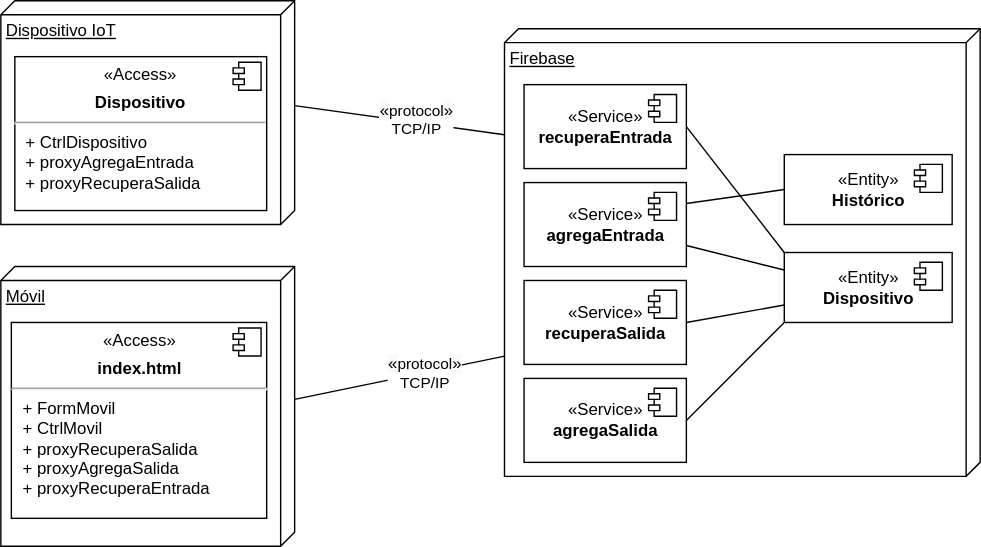
Earlier version of the draw.io export 6_iot/img/despliegue_iot.svg (gilpgdm/gilpgdm.github.io). Source tidied: cells renumbered, new cells last; positions are measured from the earlier drawing's top-left corner, leaving out a move shared by most shapes. The source it was exported from:
```xml
<mxGraphModel>
  <root>
    <mxCell id="0" />
    <mxCell id="1" parent="0" />
    <mxCell id="2" style="endArrow=none;html=1;entryX=0.237;entryY=1;entryDx=0;entryDy=0;entryPerimeter=0;exitX=0;exitY=0;exitDx=75;exitDy=0;exitPerimeter=0;" parent="1" edge="1" source="11" target="16">
      <mxGeometry relative="1" as="geometry" />
    </mxCell>
    <mxCell id="3" value="&lt;span style=&quot;font-size: 12px ; background-color: rgb(248 , 249 , 250)&quot;&gt;«&lt;/span&gt;protocol&lt;span style=&quot;font-size: 12px ; background-color: rgb(248 , 249 , 250)&quot;&gt;»&lt;/span&gt;&lt;br&gt;TCP/IP" style="edgeLabel;html=1;align=center;verticalAlign=middle;" parent="2" vertex="1">
      <mxGeometry x="0.15" y="3" relative="1" as="geometry" />
    </mxCell>
    <mxCell id="4" style="endArrow=none;html=1;exitX=0;exitY=0;exitDx=95;exitDy=0;exitPerimeter=0;entryX=0.731;entryY=0.997;entryDx=0;entryDy=0;entryPerimeter=0;" parent="1" edge="1" source="7" target="16">
      <mxGeometry relative="1" as="geometry" />
    </mxCell>
    <mxCell id="5" value="&lt;span style=&quot;font-size: 12px ; background-color: rgb(248 , 249 , 250)&quot;&gt;«&lt;/span&gt;protocol&lt;span style=&quot;font-size: 12px ; background-color: rgb(248 , 249 , 250)&quot;&gt;»&lt;/span&gt;&lt;br&gt;TCP/IP" style="edgeLabel;html=1;align=center;verticalAlign=middle;" parent="4" vertex="1">
      <mxGeometry x="0.37" y="-2" relative="1" as="geometry">
        <mxPoint x="-12" as="offset" />
      </mxGeometry>
    </mxCell>
    <mxCell id="6" style="group;" parent="1" vertex="1">
      <mxGeometry y="190" width="210" height="200" as="geometry" />
    </mxCell>
    <mxCell id="7" value="Móvil" style="verticalAlign=top;align=left;spacingTop=8;spacingLeft=2;spacingRight=12;shape=cube;size=10;direction=south;fontStyle=4;html=1;" parent="6" vertex="1">
      <mxGeometry width="210" height="200" as="geometry" />
    </mxCell>
    <mxCell id="8" value="&lt;p style=&quot;margin: 0px ; margin-top: 6px ; text-align: center&quot;&gt;«Access»&lt;b&gt;&lt;br&gt;&lt;/b&gt;&lt;/p&gt;&lt;p style=&quot;margin: 0px ; margin-top: 6px ; text-align: center&quot;&gt;&lt;b&gt;index.html&lt;/b&gt;&lt;/p&gt;&lt;hr&gt;&lt;p style=&quot;margin: 0px ; margin-left: 8px&quot;&gt;+ FormMovil&lt;/p&gt;&lt;p style=&quot;margin: 0px ; margin-left: 8px&quot;&gt;+ CtrlMovil&lt;/p&gt;&lt;p style=&quot;margin: 0px ; margin-left: 8px&quot;&gt;+ proxyRecuperaSalida&lt;/p&gt;&lt;p style=&quot;margin: 0px ; margin-left: 8px&quot;&gt;+ proxyAgregaSalida&lt;/p&gt;&lt;p style=&quot;margin: 0px ; margin-left: 8px&quot;&gt;+ proxyRecuperaEntrada&lt;/p&gt;" style="align=left;overflow=fill;html=1;" parent="6" vertex="1">
      <mxGeometry x="7.5" y="40" width="182.5" height="140" as="geometry" />
    </mxCell>
    <mxCell id="9" style="shape=component;jettyWidth=8;jettyHeight=4;" parent="8" vertex="1">
      <mxGeometry x="1" width="20" height="20" relative="1" as="geometry">
        <mxPoint x="-24" y="4" as="offset" />
      </mxGeometry>
    </mxCell>
    <mxCell id="10" style="group;" parent="1" vertex="1">
      <mxGeometry width="210" height="160" as="geometry" />
    </mxCell>
    <mxCell id="11" value="Dispositivo IoT" style="verticalAlign=top;align=left;spacingTop=8;spacingLeft=2;spacingRight=12;shape=cube;size=10;direction=south;fontStyle=4;html=1;" parent="10" vertex="1">
      <mxGeometry width="210" height="160" as="geometry" />
    </mxCell>
    <mxCell id="12" value="&lt;p style=&quot;margin: 6px 0px 0px ; text-align: center&quot;&gt;«Access»&lt;b&gt;&lt;br&gt;&lt;/b&gt;&lt;/p&gt;&lt;p style=&quot;margin: 0px ; margin-top: 6px ; text-align: center&quot;&gt;&lt;b&gt;Dispositivo&lt;/b&gt;&lt;/p&gt;&lt;hr&gt;&lt;p style=&quot;margin: 0px ; margin-left: 8px&quot;&gt;+ CtrlDispositivo&lt;br&gt;+ proxyAgregaEntrada&lt;/p&gt;&lt;p style=&quot;margin: 0px ; margin-left: 8px&quot;&gt;+ proxyRecuperaSalida&lt;/p&gt;" style="align=left;overflow=fill;html=1;" parent="10" vertex="1">
      <mxGeometry x="10" y="40" width="180" height="110" as="geometry" />
    </mxCell>
    <mxCell id="13" style="shape=component;jettyWidth=8;jettyHeight=4;" parent="12" vertex="1">
      <mxGeometry x="1" width="20" height="20" relative="1" as="geometry">
        <mxPoint x="-24" y="4" as="offset" />
      </mxGeometry>
    </mxCell>
    <mxCell id="14" style="edgeStyle=orthogonalEdgeStyle;rounded=0;orthogonalLoop=1;jettySize=auto;html=1;exitX=0.5;exitY=1;exitDx=0;exitDy=0;" parent="1" edge="1">
      <mxGeometry x="380" as="geometry">
        <mxPoint x="432" y="370" as="sourcePoint" />
        <mxPoint x="432" y="370" as="targetPoint" />
      </mxGeometry>
    </mxCell>
    <mxCell id="15" style="group;" parent="1" vertex="1">
      <mxGeometry x="360" y="20" width="340" height="320" as="geometry" />
    </mxCell>
    <mxCell id="16" value="Firebase" style="verticalAlign=top;align=left;spacingTop=8;spacingLeft=2;spacingRight=12;shape=cube;size=10;direction=south;fontStyle=4;html=1;" parent="15" vertex="1">
      <mxGeometry width="340" height="320" as="geometry" />
    </mxCell>
    <mxCell id="17" value="«Service»&lt;br&gt;&lt;b&gt;agregaEntrada&lt;/b&gt;" style="html=1;" parent="15" vertex="1">
      <mxGeometry x="14" y="110" width="116" height="60" as="geometry" />
    </mxCell>
    <mxCell id="18" style="shape=module;jettyWidth=8;jettyHeight=4;" parent="17" vertex="1">
      <mxGeometry x="1" width="20" height="20" relative="1" as="geometry">
        <mxPoint x="-27" y="7" as="offset" />
      </mxGeometry>
    </mxCell>
    <mxCell id="19" value="«Service»&lt;br&gt;&lt;b&gt;recuperaSalida&lt;/b&gt;" style="html=1;" parent="15" vertex="1">
      <mxGeometry x="14" y="180" width="116" height="60" as="geometry" />
    </mxCell>
    <mxCell id="20" style="shape=module;jettyWidth=8;jettyHeight=4;" parent="19" vertex="1">
      <mxGeometry x="1" width="20" height="20" relative="1" as="geometry">
        <mxPoint x="-27" y="7" as="offset" />
      </mxGeometry>
    </mxCell>
    <mxCell id="21" value="«Entity»&lt;br&gt;&lt;b&gt;Dispositivo&lt;/b&gt;" style="html=1;" parent="15" vertex="1">
      <mxGeometry x="200" y="160" width="120" height="50" as="geometry" />
    </mxCell>
    <mxCell id="22" style="shape=module;jettyWidth=8;jettyHeight=4;" parent="21" vertex="1">
      <mxGeometry x="1" width="20" height="20" relative="1" as="geometry">
        <mxPoint x="-27" y="7" as="offset" />
      </mxGeometry>
    </mxCell>
    <mxCell id="23" value="«Service»&lt;br&gt;&lt;b&gt;recuperaEntrada&lt;/b&gt;" style="html=1;" parent="15" vertex="1">
      <mxGeometry x="14" y="40" width="116" height="60" as="geometry" />
    </mxCell>
    <mxCell id="24" style="shape=module;jettyWidth=8;jettyHeight=4;" parent="23" vertex="1">
      <mxGeometry x="1" width="20" height="20" relative="1" as="geometry">
        <mxPoint x="-27" y="7" as="offset" />
      </mxGeometry>
    </mxCell>
    <mxCell id="25" value="«Service»&lt;br&gt;&lt;b&gt;agregaSalida&lt;/b&gt;" style="html=1;" parent="15" vertex="1">
      <mxGeometry x="14" y="250" width="116" height="60" as="geometry" />
    </mxCell>
    <mxCell id="26" style="shape=module;jettyWidth=8;jettyHeight=4;" parent="25" vertex="1">
      <mxGeometry x="1" width="20" height="20" relative="1" as="geometry">
        <mxPoint x="-27" y="7" as="offset" />
      </mxGeometry>
    </mxCell>
    <mxCell id="27" style="endArrow=none;html=1;entryX=0;entryY=0.75;entryDx=0;entryDy=0;" parent="15" edge="1" target="21">
      <mxGeometry relative="1" as="geometry">
        <mxPoint x="130" y="210" as="sourcePoint" />
      </mxGeometry>
    </mxCell>
    <mxCell id="28" style="endArrow=none;html=1;entryX=0;entryY=0.25;entryDx=0;entryDy=0;exitX=1;exitY=0.75;exitDx=0;exitDy=0;" parent="15" edge="1" source="17" target="21">
      <mxGeometry relative="1" as="geometry" />
    </mxCell>
    <mxCell id="29" style="endArrow=none;html=1;entryX=0;entryY=1;entryDx=0;entryDy=0;exitX=1;exitY=0.5;exitDx=0;exitDy=0;" parent="15" edge="1" source="25" target="21">
      <mxGeometry relative="1" as="geometry" />
    </mxCell>
    <mxCell id="30" style="endArrow=none;html=1;entryX=0;entryY=0;entryDx=0;entryDy=0;exitX=1;exitY=0.5;exitDx=0;exitDy=0;" parent="15" edge="1" source="23" target="21">
      <mxGeometry relative="1" as="geometry" />
    </mxCell>
    <mxCell id="31" value="«Entity»&lt;br&gt;&lt;b&gt;Histórico&lt;/b&gt;" style="html=1;" parent="15" vertex="1">
      <mxGeometry x="200" y="90" width="120" height="50" as="geometry" />
    </mxCell>
    <mxCell id="32" style="shape=module;jettyWidth=8;jettyHeight=4;" parent="31" vertex="1">
      <mxGeometry x="1" width="20" height="20" relative="1" as="geometry">
        <mxPoint x="-27" y="7" as="offset" />
      </mxGeometry>
    </mxCell>
    <mxCell id="33" style="endArrow=none;html=1;entryX=0;entryY=0.5;entryDx=0;entryDy=0;exitX=1;exitY=0.25;exitDx=0;exitDy=0;" parent="15" edge="1" source="17" target="31">
      <mxGeometry relative="1" as="geometry" />
    </mxCell>
  </root>
</mxGraphModel>
```
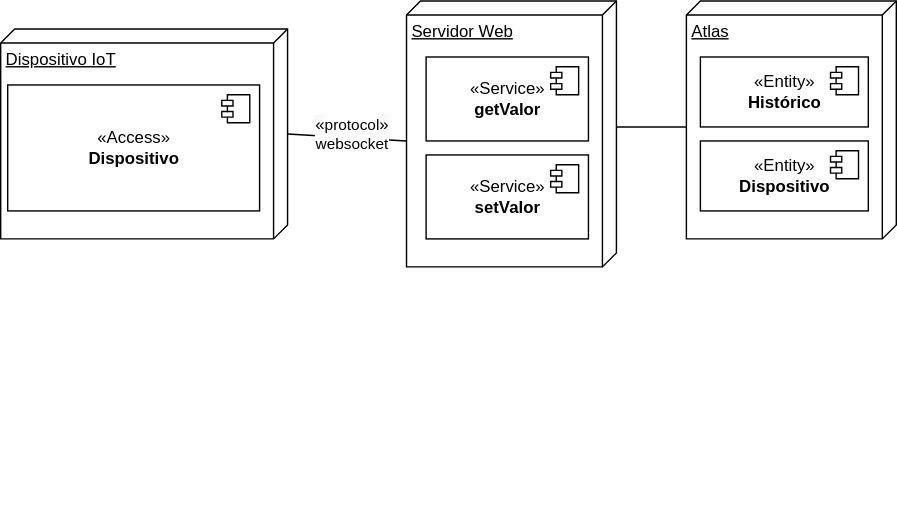
After the commit.

What changed in the source:
```diff
@@ -2,61 +2,66 @@
   <root>
     <mxCell id="0" />
     <mxCell id="1" parent="0" />
-    <mxCell id="2" style="endArrow=none;html=1;entryX=0.237;entryY=1;entryDx=0;entryDy=0;entryPerimeter=0;exitX=0;exitY=0;exitDx=75;exitDy=0;exitPerimeter=0;" parent="1" edge="1" source="11" target="16">
+    <mxCell id="2" style="endArrow=none;html=1;entryX=0;entryY=0;entryDx=100;entryDy=150;entryPerimeter=0;exitX=0;exitY=0;exitDx=75;exitDy=0;exitPerimeter=0;" parent="1" edge="1" source="11" target="16">
       <mxGeometry relative="1" as="geometry" />
     </mxCell>
-    <mxCell id="3" value="&lt;span style=&quot;font-size: 12px ; background-color: rgb(248 , 249 , 250)&quot;&gt;«&lt;/span&gt;protocol&lt;span style=&quot;font-size: 12px ; background-color: rgb(248 , 249 , 250)&quot;&gt;»&lt;/span&gt;&lt;br&gt;TCP/IP" style="edgeLabel;html=1;align=center;verticalAlign=middle;" parent="2" vertex="1">
-      <mxGeometry x="0.15" y="3" relative="1" as="geometry" />
+    <mxCell id="3" value="&lt;span style=&quot;font-size: 12px ; background-color: rgb(248 , 249 , 250)&quot;&gt;«&lt;/span&gt;protocol&lt;span style=&quot;font-size: 12px ; background-color: rgb(248 , 249 , 250)&quot;&gt;»&lt;/span&gt;&lt;br&gt;websocket" style="edgeLabel;html=1;align=center;verticalAlign=middle;" parent="2" vertex="1">
+      <mxGeometry x="0.15" y="3" relative="1" as="geometry">
+        <mxPoint x="-4" as="offset" />
+      </mxGeometry>
     </mxCell>
-    <mxCell id="4" style="endArrow=none;html=1;exitX=0;exitY=0;exitDx=95;exitDy=0;exitPerimeter=0;entryX=0.731;entryY=0.997;entryDx=0;entryDy=0;entryPerimeter=0;" parent="1" edge="1" source="7" target="16">
-      <mxGeometry relative="1" as="geometry" />
-    </mxCell>
-    <mxCell id="5" value="&lt;span style=&quot;font-size: 12px ; background-color: rgb(248 , 249 , 250)&quot;&gt;«&lt;/span&gt;protocol&lt;span style=&quot;font-size: 12px ; background-color: rgb(248 , 249 , 250)&quot;&gt;»&lt;/span&gt;&lt;br&gt;TCP/IP" style="edgeLabel;html=1;align=center;verticalAlign=middle;" parent="4" vertex="1">
-      <mxGeometry x="0.37" y="-2" relative="1" as="geometry">
-        <mxPoint x="-12" as="offset" />
-      </mxGeometry>
-    </mxCell>
-    <mxCell id="6" style="group;" parent="1" vertex="1">
-      <mxGeometry y="190" width="210" height="200" as="geometry" />
-    </mxCell>
-    <mxCell id="7" value="Móvil" style="verticalAlign=top;align=left;spacingTop=8;spacingLeft=2;spacingRight=12;shape=cube;size=10;direction=south;fontStyle=4;html=1;" parent="6" vertex="1">
-      <mxGeometry width="210" height="200" as="geometry" />
-    </mxCell>
-    <mxCell id="8" value="&lt;p style=&quot;margin: 0px ; margin-top: 6px ; text-align: center&quot;&gt;«Access»&lt;b&gt;&lt;br&gt;&lt;/b&gt;&lt;/p&gt;&lt;p style=&quot;margin: 0px ; margin-top: 6px ; text-align: center&quot;&gt;&lt;b&gt;index.html&lt;/b&gt;&lt;/p&gt;&lt;hr&gt;&lt;p style=&quot;margin: 0px ; margin-left: 8px&quot;&gt;+ FormMovil&lt;/p&gt;&lt;p style=&quot;margin: 0px ; margin-left: 8px&quot;&gt;+ CtrlMovil&lt;/p&gt;&lt;p style=&quot;margin: 0px ; margin-left: 8px&quot;&gt;+ proxyRecuperaSalida&lt;/p&gt;&lt;p style=&quot;margin: 0px ; margin-left: 8px&quot;&gt;+ proxyAgregaSalida&lt;/p&gt;&lt;p style=&quot;margin: 0px ; margin-left: 8px&quot;&gt;+ proxyRecuperaEntrada&lt;/p&gt;" style="align=left;overflow=fill;html=1;" parent="6" vertex="1">
-      <mxGeometry x="7.5" y="40" width="182.5" height="140" as="geometry" />
-    </mxCell>
-    <mxCell id="9" style="shape=component;jettyWidth=8;jettyHeight=4;" parent="8" vertex="1">
-      <mxGeometry x="1" width="20" height="20" relative="1" as="geometry">
-        <mxPoint x="-24" y="4" as="offset" />
-      </mxGeometry>
-    </mxCell>
-    <mxCell id="10" style="group;" parent="1" vertex="1">
-      <mxGeometry width="210" height="160" as="geometry" />
-    </mxCell>
+    <mxCell id="14" style="edgeStyle=orthogonalEdgeStyle;rounded=0;orthogonalLoop=1;jettySize=auto;html=1;exitX=0.5;exitY=1;exitDx=0;exitDy=0;" parent="1" edge="1">
+      <mxGeometry x="380" as="geometry">
+        <mxPoint x="432" y="370" as="sourcePoint" />
+        <mxPoint x="432" y="370" as="targetPoint" />
+      </mxGeometry>
+    </mxCell>
+    <mxCell id="34" style="group;" parent="1" vertex="1">
+      <mxGeometry x="-10" y="20" width="205" height="150" as="geometry" />
+    </mxCell>
-    <mxCell id="11" value="Dispositivo IoT" style="verticalAlign=top;align=left;spacingTop=8;spacingLeft=2;spacingRight=12;shape=cube;size=10;direction=south;fontStyle=4;html=1;" parent="10" vertex="1">
-      <mxGeometry width="210" height="160" as="geometry" />
+    <mxCell id="11" value="Dispositivo IoT" style="verticalAlign=top;align=left;spacingTop=8;spacingLeft=2;spacingRight=12;shape=cube;size=10;direction=south;fontStyle=4;html=1;" parent="34" vertex="1">
+      <mxGeometry width="205" height="150" as="geometry" />
     </mxCell>
-    <mxCell id="12" value="&lt;p style=&quot;margin: 6px 0px 0px ; text-align: center&quot;&gt;«Access»&lt;b&gt;&lt;br&gt;&lt;/b&gt;&lt;/p&gt;&lt;p style=&quot;margin: 0px ; margin-top: 6px ; text-align: center&quot;&gt;&lt;b&gt;Dispositivo&lt;/b&gt;&lt;/p&gt;&lt;hr&gt;&lt;p style=&quot;margin: 0px ; margin-left: 8px&quot;&gt;+ CtrlDispositivo&lt;br&gt;+ proxyAgregaEntrada&lt;/p&gt;&lt;p style=&quot;margin: 0px ; margin-left: 8px&quot;&gt;+ proxyRecuperaSalida&lt;/p&gt;" style="align=left;overflow=fill;html=1;" parent="10" vertex="1">
-      <mxGeometry x="10" y="40" width="180" height="110" as="geometry" />
-    </mxCell>
-    <mxCell id="13" style="shape=component;jettyWidth=8;jettyHeight=4;" parent="12" vertex="1">
-      <mxGeometry x="1" width="20" height="20" relative="1" as="geometry">
-        <mxPoint x="-24" y="4" as="offset" />
-      </mxGeometry>
-    </mxCell>
-    <mxCell id="14" style="edgeStyle=orthogonalEdgeStyle;rounded=0;orthogonalLoop=1;jettySize=auto;html=1;exitX=0.5;exitY=1;exitDx=0;exitDy=0;" parent="1" edge="1">
-      <mxGeometry x="380" as="geometry">
-        <mxPoint x="432" y="370" as="sourcePoint" />
-        <mxPoint x="432" y="370" as="targetPoint" />
-      </mxGeometry>
-    </mxCell>
-    <mxCell id="15" style="group;" parent="1" vertex="1">
-      <mxGeometry x="360" y="20" width="340" height="320" as="geometry" />
-    </mxCell>
+    <mxCell id="35" value="«Access»&lt;br&gt;&lt;b&gt;Dispositivo&lt;/b&gt;" style="html=1;" parent="34" vertex="1">
+      <mxGeometry x="5" y="40" width="180" height="90" as="geometry" />
+    </mxCell>
+    <mxCell id="36" style="shape=module;jettyWidth=8;jettyHeight=4;" parent="35" vertex="1">
+      <mxGeometry x="1" width="20" height="20" relative="1" as="geometry">
+        <mxPoint x="-27" y="7" as="offset" />
+      </mxGeometry>
+    </mxCell>
+    <mxCell id="37" style="group;" parent="1" vertex="1">
+      <mxGeometry x="480" width="150" height="170" as="geometry" />
+    </mxCell>
+    <mxCell id="38" value="Atlas" style="verticalAlign=top;align=left;spacingTop=8;spacingLeft=2;spacingRight=12;shape=cube;size=10;direction=south;fontStyle=4;html=1;" parent="37" vertex="1">
+      <mxGeometry width="150" height="170" as="geometry" />
+    </mxCell>
+    <mxCell id="21" value="«Entity»&lt;br&gt;&lt;b&gt;Dispositivo&lt;/b&gt;" style="html=1;" parent="37" vertex="1">
+      <mxGeometry x="10" y="100" width="120" height="50" as="geometry" />
+    </mxCell>
+    <mxCell id="22" style="shape=module;jettyWidth=8;jettyHeight=4;" parent="21" vertex="1">
+      <mxGeometry x="1" width="20" height="20" relative="1" as="geometry">
+        <mxPoint x="-27" y="7" as="offset" />
+      </mxGeometry>
+    </mxCell>
+    <mxCell id="31" value="«Entity»&lt;br&gt;&lt;b&gt;Histórico&lt;/b&gt;" style="html=1;" parent="37" vertex="1">
+      <mxGeometry x="10" y="40" width="120" height="50" as="geometry" />
+    </mxCell>
+    <mxCell id="32" style="shape=module;jettyWidth=8;jettyHeight=4;" parent="31" vertex="1">
+      <mxGeometry x="1" width="20" height="20" relative="1" as="geometry">
+        <mxPoint x="-27" y="7" as="offset" />
+      </mxGeometry>
+    </mxCell>
+    <mxCell id="39" style="endArrow=none;html=1;entryX=0;entryY=0;entryDx=90;entryDy=150;entryPerimeter=0;exitX=0;exitY=0;exitDx=90;exitDy=0;exitPerimeter=0;" parent="1" edge="1" source="16" target="38">
+      <mxGeometry relative="1" as="geometry" />
+    </mxCell>
+    <mxCell id="40" style="group;" parent="1" vertex="1">
+      <mxGeometry x="280" width="150" height="190" as="geometry" />
+    </mxCell>
-    <mxCell id="16" value="Firebase" style="verticalAlign=top;align=left;spacingTop=8;spacingLeft=2;spacingRight=12;shape=cube;size=10;direction=south;fontStyle=4;html=1;" parent="15" vertex="1">
-      <mxGeometry width="340" height="320" as="geometry" />
+    <mxCell id="16" value="Servidor Web" style="verticalAlign=top;align=left;spacingTop=8;spacingLeft=2;spacingRight=12;shape=cube;size=10;direction=south;fontStyle=4;html=1;" parent="40" vertex="1">
+      <mxGeometry width="150" height="190" as="geometry" />
     </mxCell>
-    <mxCell id="17" value="«Service»&lt;br&gt;&lt;b&gt;agregaEntrada&lt;/b&gt;" style="html=1;" parent="15" vertex="1">
+    <mxCell id="17" value="«Service»&lt;br&gt;&lt;b&gt;setValor&lt;/b&gt;" style="html=1;" parent="40" vertex="1">
       <mxGeometry x="14" y="110" width="116" height="60" as="geometry" />
     </mxCell>
     <mxCell id="18" style="shape=module;jettyWidth=8;jettyHeight=4;" parent="17" vertex="1">
@@ -64,23 +69,7 @@
         <mxPoint x="-27" y="7" as="offset" />
       </mxGeometry>
     </mxCell>
-    <mxCell id="19" value="«Service»&lt;br&gt;&lt;b&gt;recuperaSalida&lt;/b&gt;" style="html=1;" parent="15" vertex="1">
-      <mxGeometry x="14" y="180" width="116" height="60" as="geometry" />
-    </mxCell>
-    <mxCell id="20" style="shape=module;jettyWidth=8;jettyHeight=4;" parent="19" vertex="1">
-      <mxGeometry x="1" width="20" height="20" relative="1" as="geometry">
-        <mxPoint x="-27" y="7" as="offset" />
-      </mxGeometry>
-    </mxCell>
-    <mxCell id="21" value="«Entity»&lt;br&gt;&lt;b&gt;Dispositivo&lt;/b&gt;" style="html=1;" parent="15" vertex="1">
-      <mxGeometry x="200" y="160" width="120" height="50" as="geometry" />
-    </mxCell>
-    <mxCell id="22" style="shape=module;jettyWidth=8;jettyHeight=4;" parent="21" vertex="1">
-      <mxGeometry x="1" width="20" height="20" relative="1" as="geometry">
-        <mxPoint x="-27" y="7" as="offset" />
-      </mxGeometry>
-    </mxCell>
-    <mxCell id="23" value="«Service»&lt;br&gt;&lt;b&gt;recuperaEntrada&lt;/b&gt;" style="html=1;" parent="15" vertex="1">
+    <mxCell id="23" value="«Service»&lt;br&gt;&lt;b&gt;getValor&lt;/b&gt;" style="html=1;" parent="40" vertex="1">
       <mxGeometry x="14" y="40" width="116" height="60" as="geometry" />
     </mxCell>
     <mxCell id="24" style="shape=module;jettyWidth=8;jettyHeight=4;" parent="23" vertex="1">
@@ -88,38 +77,5 @@
         <mxPoint x="-27" y="7" as="offset" />
       </mxGeometry>
     </mxCell>
-    <mxCell id="25" value="«Service»&lt;br&gt;&lt;b&gt;agregaSalida&lt;/b&gt;" style="html=1;" parent="15" vertex="1">
-      <mxGeometry x="14" y="250" width="116" height="60" as="geometry" />
-    </mxCell>
-    <mxCell id="26" style="shape=module;jettyWidth=8;jettyHeight=4;" parent="25" vertex="1">
-      <mxGeometry x="1" width="20" height="20" relative="1" as="geometry">
-        <mxPoint x="-27" y="7" as="offset" />
-      </mxGeometry>
-    </mxCell>
-    <mxCell id="27" style="endArrow=none;html=1;entryX=0;entryY=0.75;entryDx=0;entryDy=0;" parent="15" edge="1" target="21">
-      <mxGeometry relative="1" as="geometry">
-        <mxPoint x="130" y="210" as="sourcePoint" />
-      </mxGeometry>
-    </mxCell>
-    <mxCell id="28" style="endArrow=none;html=1;entryX=0;entryY=0.25;entryDx=0;entryDy=0;exitX=1;exitY=0.75;exitDx=0;exitDy=0;" parent="15" edge="1" source="17" target="21">
-      <mxGeometry relative="1" as="geometry" />
-    </mxCell>
-    <mxCell id="29" style="endArrow=none;html=1;entryX=0;entryY=1;entryDx=0;entryDy=0;exitX=1;exitY=0.5;exitDx=0;exitDy=0;" parent="15" edge="1" source="25" target="21">
-      <mxGeometry relative="1" as="geometry" />
-    </mxCell>
-    <mxCell id="30" style="endArrow=none;html=1;entryX=0;entryY=0;entryDx=0;entryDy=0;exitX=1;exitY=0.5;exitDx=0;exitDy=0;" parent="15" edge="1" source="23" target="21">
-      <mxGeometry relative="1" as="geometry" />
-    </mxCell>
-    <mxCell id="31" value="«Entity»&lt;br&gt;&lt;b&gt;Histórico&lt;/b&gt;" style="html=1;" parent="15" vertex="1">
-      <mxGeometry x="200" y="90" width="120" height="50" as="geometry" />
-    </mxCell>
-    <mxCell id="32" style="shape=module;jettyWidth=8;jettyHeight=4;" parent="31" vertex="1">
-      <mxGeometry x="1" width="20" height="20" relative="1" as="geometry">
-        <mxPoint x="-27" y="7" as="offset" />
-      </mxGeometry>
-    </mxCell>
-    <mxCell id="33" style="endArrow=none;html=1;entryX=0;entryY=0.5;entryDx=0;entryDy=0;exitX=1;exitY=0.25;exitDx=0;exitDy=0;" parent="15" edge="1" source="17" target="31">
-      <mxGeometry relative="1" as="geometry" />
-    </mxCell>
   </root>
 </mxGraphModel>
```
